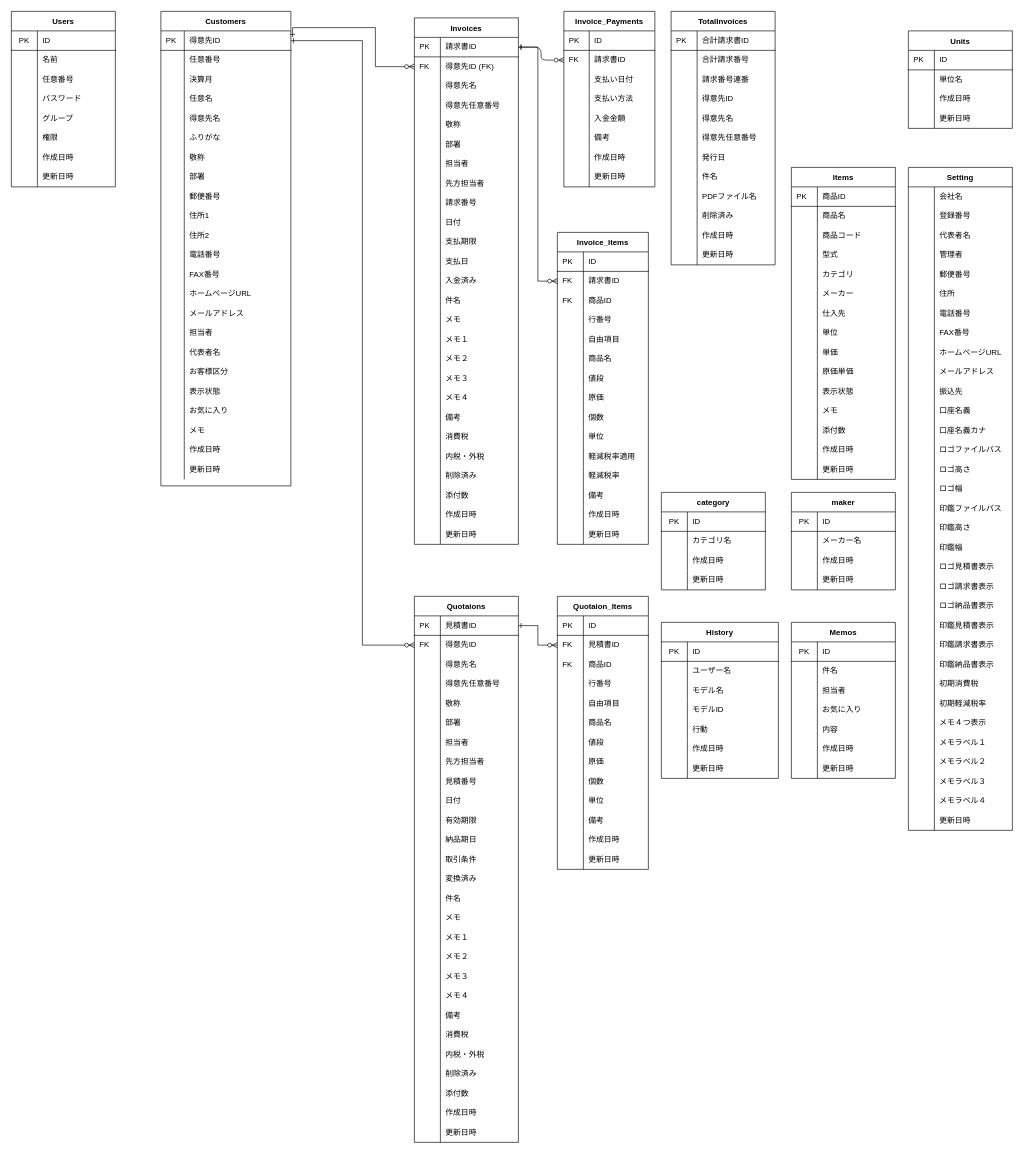
Above: soho_er.dio in gamasenninn/caddie-clone (draw.io), before the change. Source tidied: cells renumbered, new cells numbered last; positions are measured from the earlier drawing's top-left corner, leaving out a move shared by most shapes. Both pictures are drawn from the tidied source at 65%, with x=0, y=0 at pixel (11, 11).
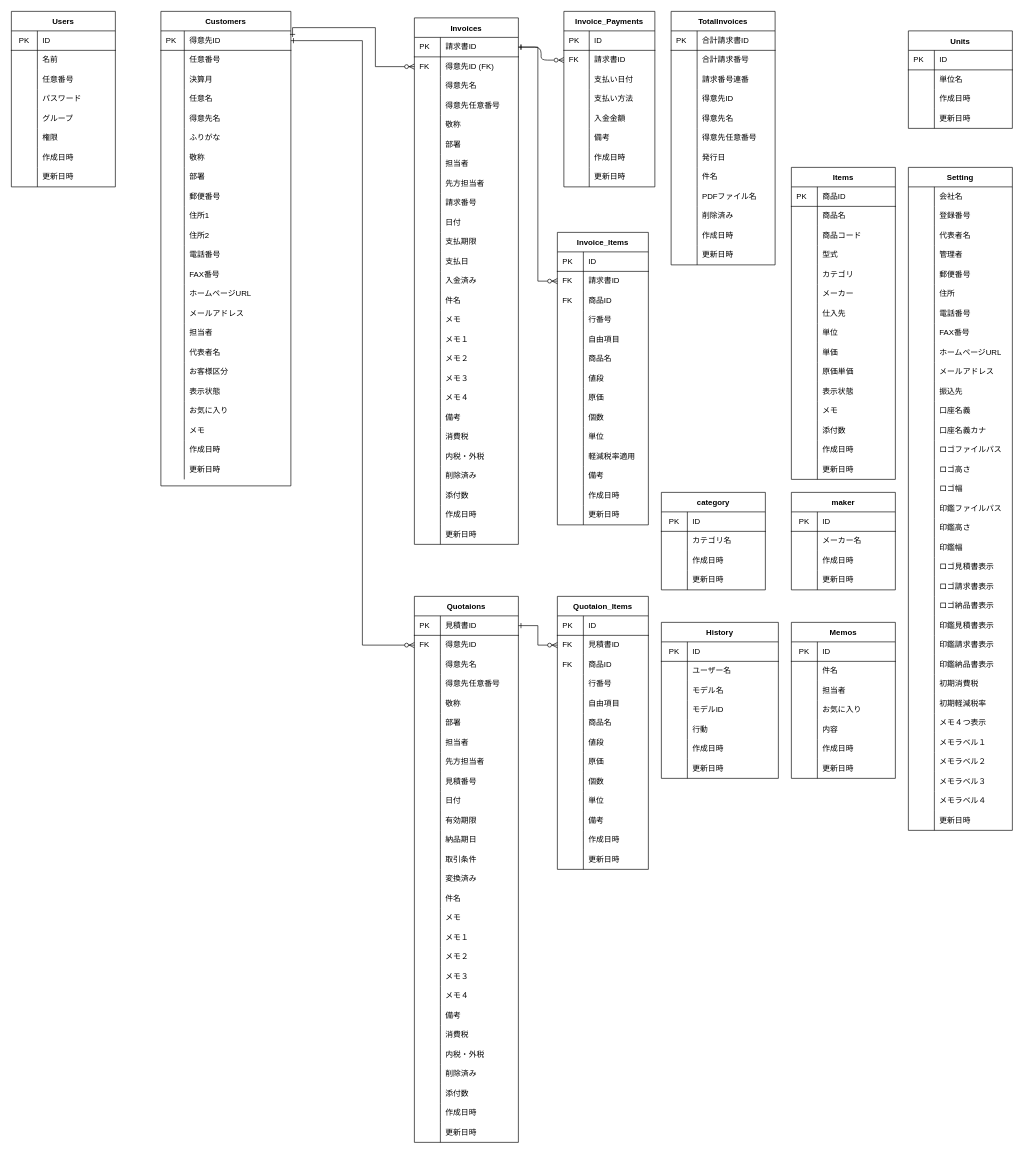
The same page after the edit.

The edit, as a diff of the source:
```diff
@@
-<mxGraphModel background="#ffffff">
+<mxGraphModel>
@@
     <mxCell id="197" value="Invoice_Items" style="shape=table;startSize=30;childLayout=tableLayout;rowLines=0;fontStyle=1;align=center;" parent="1" vertex="1">
-      <mxGeometry x="840" y="340" width="140" height="480" as="geometry" />
+      <mxGeometry x="840" y="340" width="140" height="450" as="geometry" />
     </mxCell>
@@
-    <mxCell id="231" style="shape=partialRectangle;html=1;whiteSpace=wrap;fillColor=none;top=0;left=0;bottom=0;right=0;" parent="197" vertex="1">
-      <mxGeometry y="360" width="140" height="30" as="geometry" />
-    </mxCell>
-    <mxCell id="232" style="shape=partialRectangle;html=1;whiteSpace=wrap;fillColor=none;top=0;left=0;bottom=0;right=0;align=left;spacingLeft=6;overflow=hidden;" parent="231" vertex="1">
-      <mxGeometry width="40" height="30" as="geometry" />
-    </mxCell>
-    <mxCell id="233" value="軽減税率" style="shape=partialRectangle;html=1;whiteSpace=wrap;fillColor=none;top=0;left=0;bottom=0;right=0;align=left;spacingLeft=6;overflow=hidden;" parent="231" vertex="1">
-      <mxGeometry x="40" width="100" height="30" as="geometry" />
-    </mxCell>
     <mxCell id="234" style="shape=partialRectangle;html=1;whiteSpace=wrap;fillColor=none;top=0;left=0;bottom=0;right=0;" parent="197" vertex="1">
-      <mxGeometry y="390" width="140" height="30" as="geometry" />
+      <mxGeometry y="360" width="140" height="30" as="geometry" />
     </mxCell>
@@
     <mxCell id="237" style="shape=partialRectangle;html=1;whiteSpace=wrap;fillColor=none;top=0;left=0;bottom=0;right=0;" parent="197" vertex="1">
-      <mxGeometry y="420" width="140" height="30" as="geometry" />
+      <mxGeometry y="390" width="140" height="30" as="geometry" />
     </mxCell>
@@
     <mxCell id="240" style="shape=partialRectangle;html=1;whiteSpace=wrap;fillColor=none;top=0;left=0;bottom=0;right=0;" parent="197" vertex="1">
-      <mxGeometry y="450" width="140" height="30" as="geometry" />
+      <mxGeometry y="420" width="140" height="30" as="geometry" />
     </mxCell>
```
